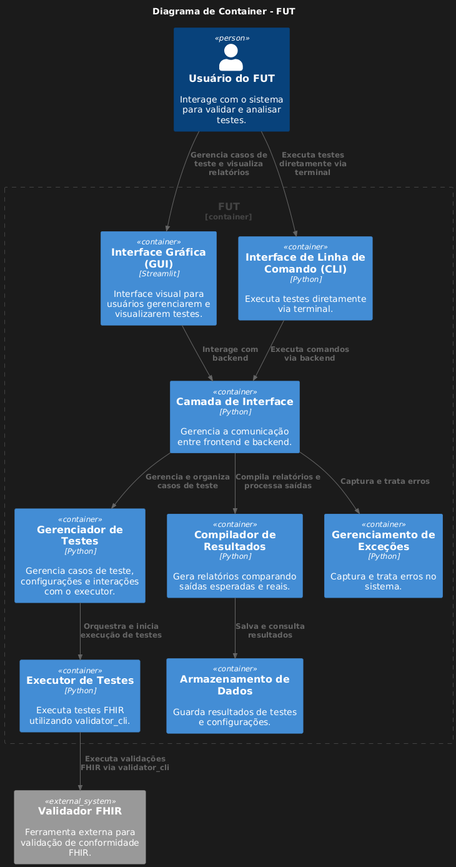
LeonardoCFilho/fut keeps this PlantUML diagram as Documentacao/Diagramas/DiagramaContainer.png. Above is the earlier version. Its source is kept beside it as Documentacao/Diagramas/DiagramaContainer.puml.
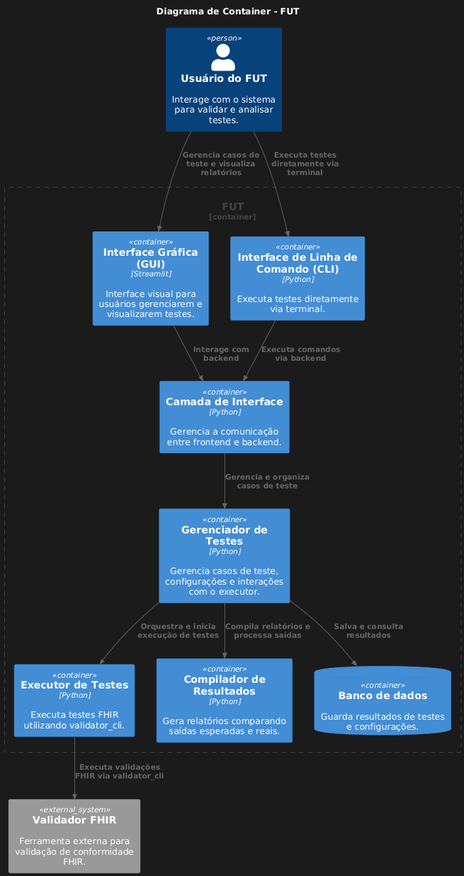
Above is the later version.

Commit message:
Reorganizando e melhorando a organização de algumas classes, diagrama de container atualizado, diagrama de classe será atualizado em breve

Diff of the diagram source:
```diff
@@ -14,8 +14,7 @@
     Container(test_manager, "Gerenciador de Testes", "Python", "Gerencia casos de teste, configurações e interações com o executor.")
     Container(test_executor, "Executor de Testes", "Python", "Executa testes FHIR utilizando validator_cli.")
     Container(result_compiler, "Compilador de Resultados", "Python", "Gera relatórios comparando saídas esperadas e reais.")
-    Container(exception_handler, "Gerenciamento de Exceções", "Python", "Captura e trata erros no sistema.")
-    Container(data_storage, "Armazenamento de Dados", "", "Guarda resultados de testes e configurações.")
+    ContainerDb(data_storage, "Banco de dados", "", "Guarda resultados de testes e configurações.")
 }
 
 System_Ext(fhir_validator, "Validador FHIR", "Ferramenta externa para validação de conformidade FHIR.")
@@ -25,9 +24,8 @@
 Rel(gui, interface_layer, "Interage com backend")
 Rel(cli, interface_layer, "Executa comandos via backend")
 Rel(interface_layer, test_manager, "Gerencia e organiza casos de teste")
-Rel(interface_layer, result_compiler, "Compila relatórios e processa saídas")
-Rel(interface_layer, exception_handler, "Captura e trata erros")
+Rel(test_manager, result_compiler, "Compila relatórios e processa saídas")
 Rel(test_executor, fhir_validator, "Executa validações FHIR via validator_cli")
-Rel(result_compiler, data_storage, "Salva e consulta resultados")
+Rel(test_manager, data_storage, "Salva e consulta resultados")
 Rel(test_manager, test_executor, "Orquestra e inicia execução de testes")
 @enduml
```
